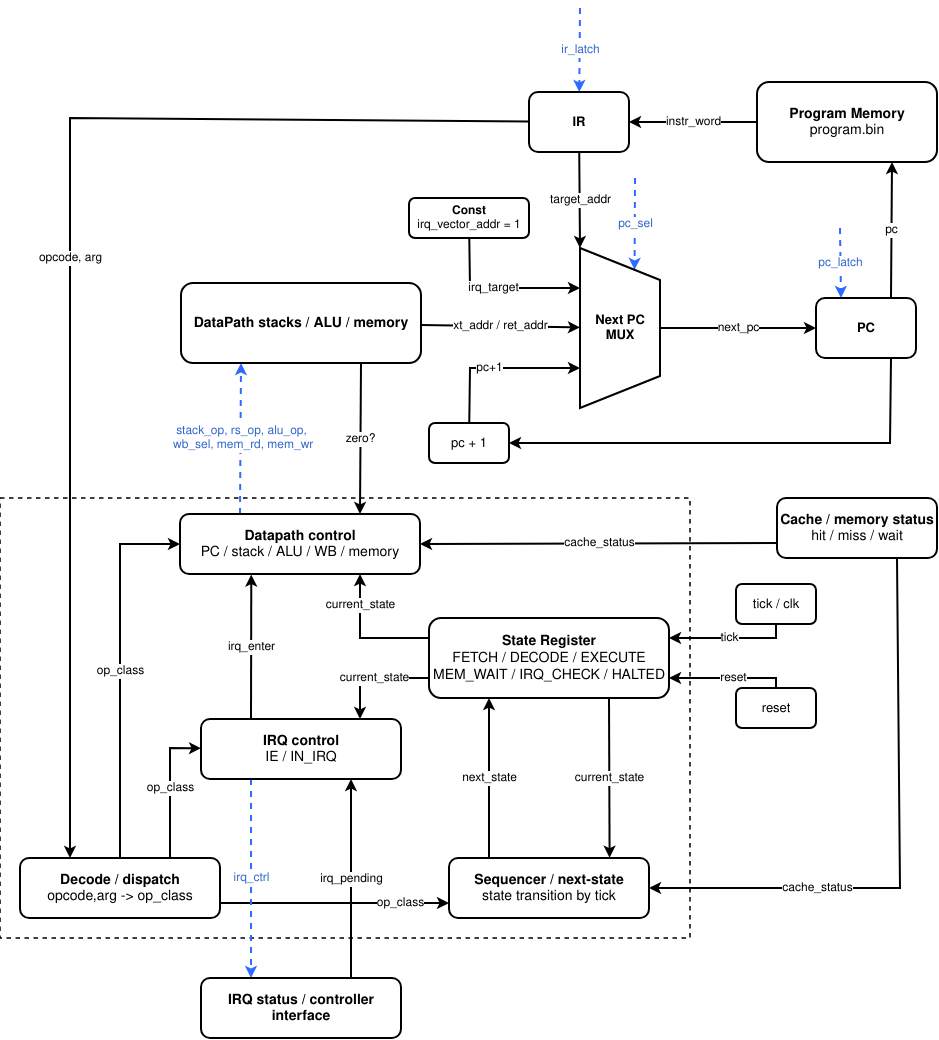
Earlier version of the draw.io export fig/control_unit.png (barmichevg/csa-lab4). Source tidied: cells renumbered, new cells last; positions are measured from the earlier drawing's top-left corner, leaving out a move shared by most shapes.
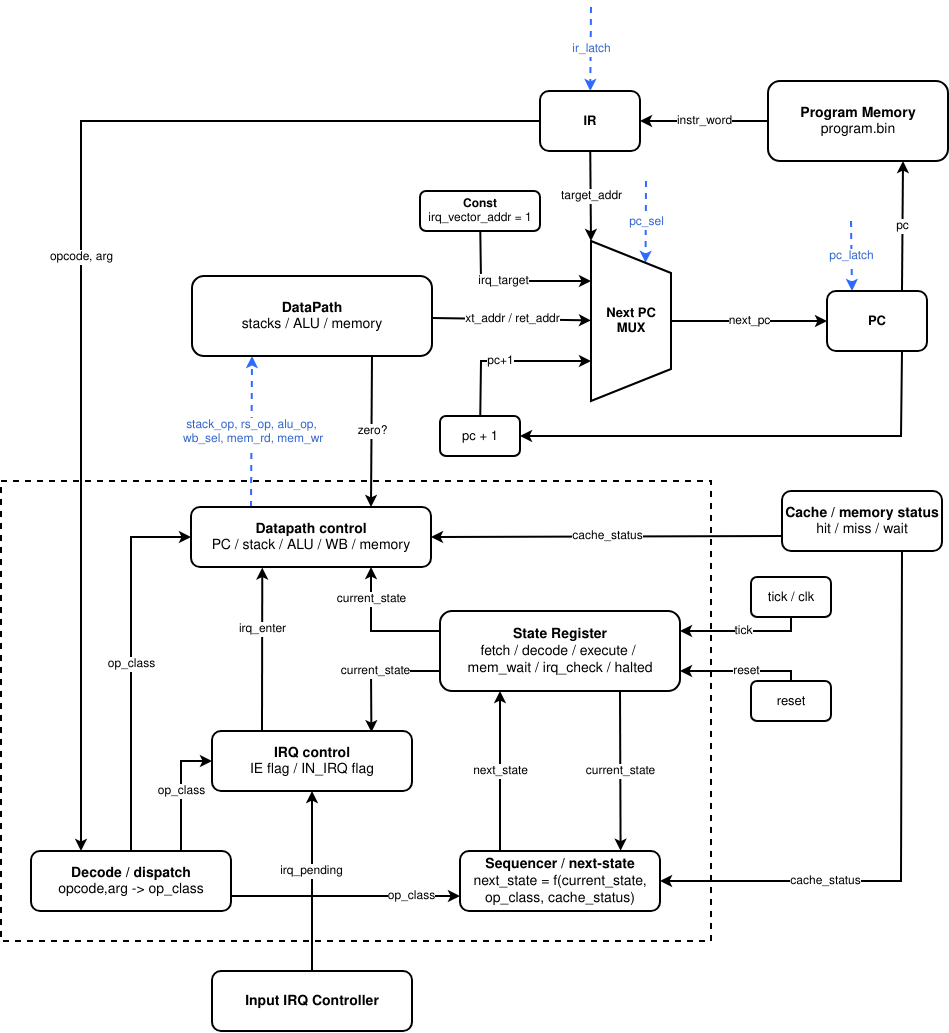
After the change.

Change to the diagram source:
```diff
@@ -2,8 +2,8 @@
   <root>
     <mxCell id="0" />
     <mxCell id="1" parent="0" />
-    <mxCell id="2" style="rounded=0;whiteSpace=wrap;html=1;fillColor=none;dashed=1;strokeWidth=1.5;" parent="1" vertex="1">
-      <mxGeometry y="490" width="690" height="440" as="geometry" />
+    <mxCell id="2" style="rounded=0;whiteSpace=wrap;html=1;fillColor=none;dashed=1;strokeWidth=2;" parent="1" vertex="1">
+      <mxGeometry x="-10" y="480" width="710" height="460" as="geometry" />
     </mxCell>
     <mxCell id="3" value="next_pc" style="endArrow=classic;html=1;rounded=0;strokeWidth=2;fontSize=12;" parent="1" edge="1" source="36" target="33">
       <mxGeometry relative="1" as="geometry" />
@@ -17,7 +17,7 @@
     <mxCell id="6" value="opcode, arg" style="endArrow=classic;html=1;rounded=0;strokeWidth=2;fontSize=12;entryX=0.25;entryY=0;entryDx=0;entryDy=0;" parent="1" edge="1" source="34" target="42">
       <mxGeometry relative="1" as="geometry">
         <Array as="points">
-          <mxPoint x="70" y="110" />
+          <mxPoint x="70" y="120" />
         </Array>
       </mxGeometry>
     </mxCell>
@@ -51,14 +51,14 @@
     <mxCell id="12" value="tick" style="endArrow=classic;html=1;rounded=0;strokeWidth=2;fontSize=12;entryX=1;entryY=0.25;entryDx=0;entryDy=0;" parent="1" edge="1" source="37" target="46">
       <mxGeometry relative="1" as="geometry">
         <Array as="points">
-          <mxPoint x="776" y="630" />
+          <mxPoint x="780" y="630" />
         </Array>
       </mxGeometry>
     </mxCell>
     <mxCell id="13" value="reset" style="endArrow=classic;html=1;rounded=0;strokeWidth=2;fontSize=12;entryX=1;entryY=0.75;entryDx=0;entryDy=0;" parent="1" edge="1" source="38" target="46">
       <mxGeometry x="-0.09" relative="1" as="geometry">
         <Array as="points">
-          <mxPoint x="776" y="670" />
+          <mxPoint x="780" y="670" />
         </Array>
       </mxGeometry>
     </mxCell>
@@ -81,14 +81,14 @@
     <mxCell id="18" value="op_class" style="endArrow=classic;html=1;rounded=0;strokeWidth=2;fontSize=12;exitX=0.75;exitY=0;exitDx=0;exitDy=0;" parent="1" edge="1" source="42" target="41">
       <mxGeometry relative="1" as="geometry">
         <Array as="points">
-          <mxPoint x="170" y="740" />
+          <mxPoint x="170" y="760" />
         </Array>
       </mxGeometry>
     </mxCell>
     <mxCell id="19" value="cache_status" style="endArrow=classic;html=1;rounded=0;strokeWidth=2;fontSize=12;exitX=0.75;exitY=1;exitDx=0;exitDy=0;entryX=1;entryY=0.5;entryDx=0;entryDy=0;" parent="1" edge="1" source="39" target="44">
       <mxGeometry x="0.42" relative="1" as="geometry">
         <Array as="points">
-          <mxPoint x="900" y="880" />
+          <mxPoint x="890" y="880" />
         </Array>
       </mxGeometry>
     </mxCell>
@@ -98,11 +98,11 @@
     <mxCell id="21" value="zero?" style="endArrow=classic;html=1;rounded=0;strokeWidth=2;fontSize=12;entryX=0.75;entryY=0;entryDx=0;entryDy=0;exitX=0.75;exitY=1;exitDx=0;exitDy=0;" parent="1" edge="1" source="45" target="43">
       <mxGeometry relative="1" as="geometry" />
     </mxCell>
-    <mxCell id="22" value="irq_pending" style="endArrow=classic;html=1;rounded=0;strokeWidth=2;fontSize=12;entryX=0.75;entryY=1;entryDx=0;entryDy=0;exitX=0.75;exitY=0;exitDx=0;exitDy=0;" parent="1" edge="1" source="40" target="41">
-      <mxGeometry relative="1" as="geometry" />
+    <mxCell id="22" value="irq_pending" style="endArrow=classic;html=1;rounded=0;strokeWidth=2;fontSize=12;entryX=0.5;entryY=1;entryDx=0;entryDy=0;exitX=0.5;exitY=0;exitDx=0;exitDy=0;" parent="1" edge="1" source="40" target="41">
+      <mxGeometry x="0.11" y="1" relative="1" as="geometry" />
     </mxCell>
     <mxCell id="23" value="irq_enter" style="endArrow=classic;html=1;rounded=0;strokeWidth=2;fontSize=12;exitX=0.25;exitY=0;exitDx=0;exitDy=0;entryX=0.297;entryY=1.01;entryDx=0;entryDy=0;entryPerimeter=0;" parent="1" edge="1" source="41" target="43">
-      <mxGeometry relative="1" as="geometry" />
+      <mxGeometry x="0.26" relative="1" as="geometry" />
     </mxCell>
     <mxCell id="24" value="current_state" style="endArrow=classic;html=1;rounded=0;strokeWidth=2;fontSize=12;exitX=0;exitY=0.25;exitDx=0;exitDy=0;entryX=0.75;entryY=1;entryDx=0;entryDy=0;" parent="1" edge="1" source="46" target="43">
       <mxGeometry x="0.53" relative="1" as="geometry">
@@ -111,9 +111,8 @@
         </Array>
       </mxGeometry>
     </mxCell>
-    <mxCell id="25" value="current_state" style="endArrow=classic;html=1;rounded=0;strokeWidth=2;fontSize=12;exitX=0;exitY=0.75;exitDx=0;exitDy=0;" parent="1" edge="1" source="46">
+    <mxCell id="25" value="current_state" style="endArrow=classic;html=1;rounded=0;strokeWidth=2;fontSize=12;exitX=0;exitY=0.75;exitDx=0;exitDy=0;entryX=0.797;entryY=0.019;entryDx=0;entryDy=0;entryPerimeter=0;" parent="1" edge="1" source="46" target="41">
       <mxGeometry relative="1" as="geometry">
-        <mxPoint x="360" y="711" as="targetPoint" />
         <Array as="points">
           <mxPoint x="360" y="670" />
         </Array>
@@ -121,7 +120,7 @@
     </mxCell>
     <mxCell id="26" value="ir_latch" style="endArrow=classic;html=1;rounded=0;strokeWidth=2;fontSize=12;strokeColor=#2F6BFF;dashed=1;fontColor=#3366CC;" parent="1" edge="1" target="34">
       <mxGeometry relative="1" as="geometry">
-        <mxPoint x="580" as="sourcePoint" />
+        <mxPoint x="580" y="6" as="sourcePoint" />
       </mxGeometry>
     </mxCell>
     <mxCell id="27" value="pc_latch" style="endArrow=classic;html=1;rounded=0;strokeWidth=2;fontSize=12;strokeColor=#2F6BFF;dashed=1;fontColor=#3366CC;entryX=0.25;entryY=0;entryDx=0;entryDy=0;" parent="1" edge="1" target="33">
@@ -131,15 +130,12 @@
     </mxCell>
     <mxCell id="28" value="pc_sel" style="endArrow=classic;html=1;rounded=0;strokeWidth=2;fontSize=12;strokeColor=#2F6BFF;dashed=1;entryX=0;entryY=0.25;entryDx=0;entryDy=0;fontColor=#3366CC;" parent="1" edge="1" target="36">
       <mxGeometry relative="1" as="geometry">
-        <mxPoint x="635" y="170" as="sourcePoint" />
+        <mxPoint x="635" y="180" as="sourcePoint" />
       </mxGeometry>
     </mxCell>
     <mxCell id="29" value="&lt;div&gt;stack_op, rs_op, alu_op,&lt;/div&gt;&lt;div&gt;&amp;nbsp;wb_sel, mem_rd, mem_wr&lt;/div&gt;" style="endArrow=classic;html=1;rounded=0;strokeWidth=2;fontSize=12;strokeColor=#2F6BFF;dashed=1;exitX=0.25;exitY=0;exitDx=0;exitDy=0;entryX=0.25;entryY=1;entryDx=0;entryDy=0;fontColor=#3366CC;" parent="1" edge="1" source="43" target="45">
       <mxGeometry relative="1" as="geometry" />
     </mxCell>
-    <mxCell id="30" value="irq_ctrl" style="endArrow=classic;html=1;rounded=0;strokeWidth=2;fontSize=12;strokeColor=#2F6BFF;dashed=1;exitX=0.25;exitY=1;exitDx=0;exitDy=0;entryX=0.25;entryY=0;entryDx=0;entryDy=0;fontColor=#3366CC;" parent="1" edge="1" source="41" target="40">
-      <mxGeometry relative="1" as="geometry" />
-    </mxCell>
     <mxCell id="31" value="&lt;b&gt;Const&lt;/b&gt;&lt;br&gt;irq_vector_addr = 1" style="rounded=1;whiteSpace=wrap;html=1;strokeWidth=2;fillColor=#ffffff;strokeColor=#000000;fontSize=12;" parent="1" vertex="1">
       <mxGeometry x="409" y="190" width="120" height="40" as="geometry" />
     </mxCell>
@@ -150,28 +146,28 @@
       <mxGeometry x="816" y="290" width="100" height="60" as="geometry" />
     </mxCell>
     <mxCell id="34" value="&lt;b&gt;IR&lt;/b&gt;" style="rounded=1;whiteSpace=wrap;html=1;strokeWidth=2;fillColor=#ffffff;strokeColor=#000000;fontSize=13;" parent="1" vertex="1">
-      <mxGeometry x="529" y="84" width="100" height="60" as="geometry" />
+      <mxGeometry x="529" y="90" width="100" height="60" as="geometry" />
     </mxCell>
     <mxCell id="35" value="&lt;b&gt;Program Memory&lt;/b&gt;&lt;br/&gt;program.bin" style="rounded=1;whiteSpace=wrap;html=1;strokeWidth=2;fillColor=#ffffff;strokeColor=#000000;fontSize=14;" parent="1" vertex="1">
-      <mxGeometry x="757" y="74" width="180" height="80" as="geometry" />
+      <mxGeometry x="757" y="80" width="180" height="80" as="geometry" />
     </mxCell>
     <mxCell id="36" value="&lt;div&gt;&lt;b&gt;Next PC MUX&lt;/b&gt;&lt;/div&gt;" style="shape=trapezoid;perimeter=trapezoidPerimeter;whiteSpace=wrap;html=1;strokeWidth=2;fillColor=#ffffff;strokeColor=#000000;fontSize=13;direction=south;" parent="1" vertex="1">
       <mxGeometry x="580" y="240" width="80" height="160" as="geometry" />
     </mxCell>
     <mxCell id="37" value="tick / clk" style="rounded=1;whiteSpace=wrap;html=1;strokeWidth=2;fillColor=#ffffff;strokeColor=#000000;fontSize=13;" parent="1" vertex="1">
-      <mxGeometry x="736" y="576" width="80" height="40" as="geometry" />
+      <mxGeometry x="740" y="576" width="80" height="40" as="geometry" />
     </mxCell>
     <mxCell id="38" value="reset" style="rounded=1;whiteSpace=wrap;html=1;strokeWidth=2;fillColor=#ffffff;strokeColor=#000000;fontSize=13;" parent="1" vertex="1">
-      <mxGeometry x="736" y="680" width="80" height="40" as="geometry" />
+      <mxGeometry x="740" y="680" width="80" height="40" as="geometry" />
     </mxCell>
     <mxCell id="39" value="&lt;div&gt;&lt;b&gt;Cache / memory status&lt;/b&gt;&lt;/div&gt;&lt;div&gt;hit / miss / wait&lt;/div&gt;" style="rounded=1;whiteSpace=wrap;html=1;strokeWidth=2;fillColor=#ffffff;strokeColor=#000000;fontSize=14;" parent="1" vertex="1">
-      <mxGeometry x="777" y="490" width="160" height="60" as="geometry" />
+      <mxGeometry x="771" y="490" width="160" height="60" as="geometry" />
     </mxCell>
-    <mxCell id="40" value="&lt;b&gt;IRQ status / controller interface&lt;/b&gt;" style="rounded=1;whiteSpace=wrap;html=1;strokeWidth=2;fillColor=#ffffff;strokeColor=#000000;fontSize=14;" parent="1" vertex="1">
+    <mxCell id="40" value="&lt;b&gt;&lt;span&gt;Input IRQ Controller&lt;/span&gt;&lt;/b&gt;" style="rounded=1;whiteSpace=wrap;html=1;strokeWidth=2;fillColor=#ffffff;strokeColor=#000000;fontSize=14;" parent="1" vertex="1">
       <mxGeometry x="201" y="970" width="200" height="60" as="geometry" />
     </mxCell>
-    <mxCell id="41" value="&lt;div&gt;&lt;b&gt;IRQ control&lt;/b&gt;&lt;/div&gt;&lt;div&gt;IE / IN_IRQ&lt;/div&gt;" style="rounded=1;whiteSpace=wrap;html=1;strokeWidth=2;fillColor=#ffffff;strokeColor=#000000;fontSize=14;" parent="1" vertex="1">
-      <mxGeometry x="201" y="711" width="200" height="60" as="geometry" />
+    <mxCell id="41" value="&lt;div&gt;&lt;b&gt;IRQ control&lt;/b&gt;&lt;/div&gt;&lt;div&gt;IE flag / IN_IRQ flag&lt;/div&gt;" style="rounded=1;whiteSpace=wrap;html=1;strokeWidth=2;fillColor=#ffffff;strokeColor=#000000;fontSize=14;" parent="1" vertex="1">
+      <mxGeometry x="201" y="730" width="200" height="60" as="geometry" />
     </mxCell>
     <mxCell id="42" value="&lt;div&gt;&lt;b&gt;Decode / dispatch&lt;/b&gt;&lt;/div&gt;&lt;div&gt;opcode,arg -&amp;gt; op_class&lt;/div&gt;" style="rounded=1;whiteSpace=wrap;html=1;strokeWidth=2;fillColor=#ffffff;strokeColor=#000000;fontSize=14;" parent="1" vertex="1">
       <mxGeometry x="20" y="850" width="200" height="60" as="geometry" />
@@ -179,13 +175,13 @@
     <mxCell id="43" value="&lt;div&gt;&lt;b&gt;Datapath control&lt;/b&gt;&lt;/div&gt;&lt;div&gt;PC / stack / ALU / WB / memory&lt;/div&gt;" style="rounded=1;whiteSpace=wrap;html=1;strokeWidth=2;fillColor=#ffffff;strokeColor=#000000;fontSize=14;" parent="1" vertex="1">
       <mxGeometry x="180" y="506" width="240" height="60" as="geometry" />
     </mxCell>
-    <mxCell id="44" value="&lt;div&gt;&lt;b&gt;Sequencer / next-state&lt;/b&gt;&lt;/div&gt;&lt;div&gt;state transition by tick&lt;/div&gt;" style="rounded=1;whiteSpace=wrap;html=1;strokeWidth=2;fillColor=#ffffff;strokeColor=#000000;fontSize=14;" parent="1" vertex="1">
+    <mxCell id="44" value="&lt;div&gt;&lt;b&gt;Sequencer / next-state&lt;/b&gt;&lt;/div&gt;&lt;div&gt;next_state = f(current_state, op_class, cache_status)&lt;/div&gt;" style="rounded=1;whiteSpace=wrap;html=1;strokeWidth=2;fillColor=#ffffff;strokeColor=#000000;fontSize=14;" parent="1" vertex="1">
       <mxGeometry x="449" y="850" width="200" height="60" as="geometry" />
     </mxCell>
-    <mxCell id="45" value="&lt;b&gt;DataPath stacks / ALU / memory&lt;/b&gt;" style="rounded=1;whiteSpace=wrap;html=1;strokeWidth=2;fillColor=#ffffff;strokeColor=#000000;fontSize=14;" parent="1" vertex="1">
+    <mxCell id="45" value="&lt;div&gt;&lt;b&gt;DataPath&lt;/b&gt;&lt;/div&gt;&lt;div&gt;stacks / ALU / memory&lt;/div&gt;" style="rounded=1;whiteSpace=wrap;html=1;strokeWidth=2;fillColor=#ffffff;strokeColor=#000000;fontSize=14;" parent="1" vertex="1">
       <mxGeometry x="181" y="275" width="240" height="80" as="geometry" />
     </mxCell>
-    <mxCell id="46" value="&lt;div&gt;&lt;b&gt;State Register&lt;/b&gt;&lt;/div&gt;&lt;div&gt;FETCH / DECODE / EXECUTE MEM_WAIT / IRQ_CHECK / HALTED&lt;/div&gt;" style="rounded=1;whiteSpace=wrap;html=1;strokeWidth=2;fillColor=#ffffff;strokeColor=#000000;fontSize=14;" parent="1" vertex="1">
+    <mxCell id="46" value="&lt;div&gt;&lt;b&gt;State Register&lt;/b&gt;&lt;/div&gt;&lt;div&gt;fetch / decode / execute /&amp;nbsp;&lt;/div&gt;&lt;div&gt;mem_wait / irq_check / halted&lt;/div&gt;" style="rounded=1;whiteSpace=wrap;html=1;strokeWidth=2;fillColor=#ffffff;strokeColor=#000000;fontSize=14;" parent="1" vertex="1">
       <mxGeometry x="429" y="610" width="240" height="80" as="geometry" />
     </mxCell>
   </root>
```
